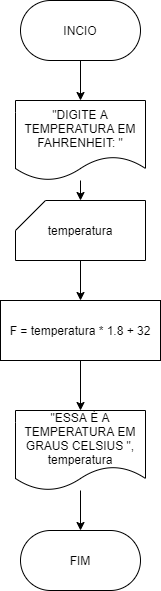
This is 009/FxC.drawio.png from MLoubaJr/Estrutura-Sequencial, a draw.io export, as it was before one commit. Source tidied: cells renumbered, new cells last; positions are measured from the earlier drawing's top-left corner, leaving out a move shared by most shapes.
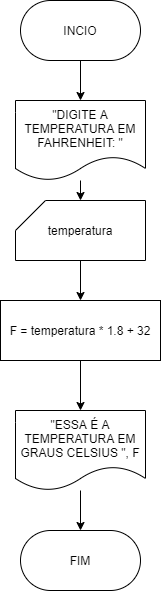
After the commit.

What changed in the source:
```diff
@@ -29,7 +29,7 @@
     <mxCell id="10" style="edgeStyle=none;html=1;" parent="1" edge="1" source="11" target="12">
       <mxGeometry relative="1" as="geometry" />
     </mxCell>
-    <mxCell id="11" value="&quot;ESSA É A TEMPERATURA EM GRAUS CELSIUS &quot;, temperatura" style="shape=document;whiteSpace=wrap;html=1;boundedLbl=1;" parent="1" vertex="1">
+    <mxCell id="11" value="&quot;ESSA É A TEMPERATURA EM GRAUS CELSIUS &quot;, F" style="shape=document;whiteSpace=wrap;html=1;boundedLbl=1;" parent="1" vertex="1">
       <mxGeometry x="15" y="410" width="130" height="80" as="geometry" />
     </mxCell>
     <mxCell id="12" value="FIM" style="rounded=1;whiteSpace=wrap;html=1;arcSize=50;" parent="1" vertex="1">
```
